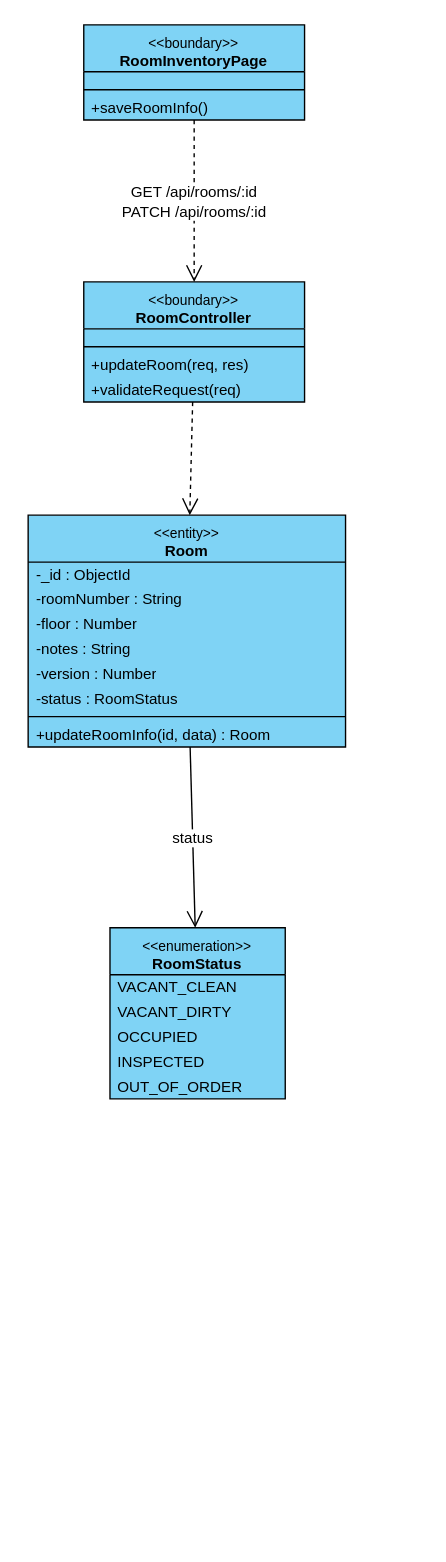
Above: final/diagrams/M1_Inventory-And-Pricing_Diagrams/class_diagrams/CD-01_UC-M09_UpdateRoomInfo.drawio in toikobi401/SWD392 (draw.io), before the change. Source tidied: cells renumbered, new cells numbered last; positions are measured from the earlier drawing's top-left corner, leaving out a move shared by most shapes. Both pictures are drawn from the tidied source at 138%, with x=0, y=0 at pixel (28, 23).
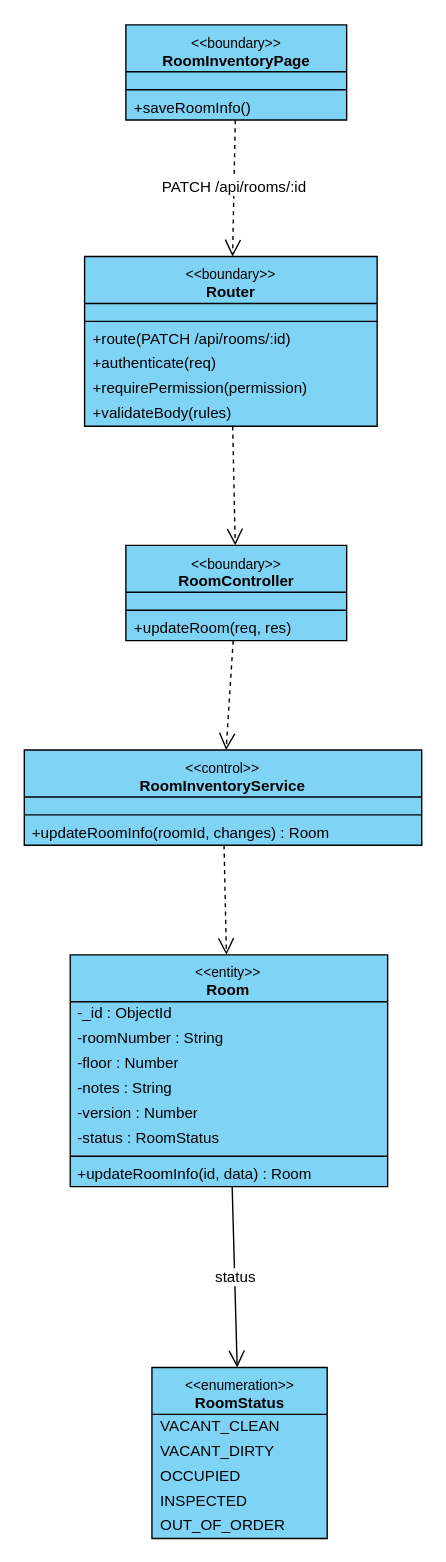
The same page after the edit.

Diff of the diagram source:
```diff
@@
     <mxCell id="2" value="&lt;font style=&quot;font-size:10px&quot;&gt;&amp;lt;&amp;lt;boundary&amp;gt;&amp;gt;&lt;/font&gt;&lt;br&gt;&lt;b&gt;RoomInventoryPage&lt;/b&gt;" style="swimlane;fontStyle=0;align=center;verticalAlign=top;horizontal=1;startSize=34;html=1;whiteSpace=wrap;fontSize=11;fillColor=#7fd3f5;swimlaneFillColor=#7fd3f5;strokeColor=#000000;" parent="1" vertex="1">
-      <mxGeometry x="40.2" y="0.5" width="160" height="69" as="geometry" />
+      <mxGeometry x="70.7" y="0.5" width="160" height="69" as="geometry" />
     </mxCell>
@@
+    <mxCell id="29" value="&lt;font style=&quot;font-size:10px&quot;&gt;&amp;lt;&amp;lt;boundary&amp;gt;&amp;gt;&lt;/font&gt;&lt;br&gt;&lt;b&gt;Router&lt;/b&gt;" style="swimlane;fontStyle=0;align=center;verticalAlign=top;horizontal=1;startSize=34;html=1;whiteSpace=wrap;fontSize=11;fillColor=#7fd3f5;swimlaneFillColor=#7fd3f5;strokeColor=#000000;" parent="1" vertex="1">
+      <mxGeometry x="40.8" y="168.4" width="212" height="123" as="geometry" />
+    </mxCell>
+    <mxCell id="30" style="text;strokeColor=none;fillColor=none;html=1;" parent="29" vertex="1">
+      <mxGeometry y="34" width="212" height="9" as="geometry" />
+    </mxCell>
+    <mxCell id="31" style="line;strokeWidth=1;fillColor=none;align=left;verticalAlign=middle;spacingTop=-1;spacingLeft=3;spacingRight=3;labelPosition=right;strokeColor=#000000;" parent="29" vertex="1">
+      <mxGeometry y="43" width="212" height="8" as="geometry" />
+    </mxCell>
+    <mxCell id="32" value="+route(PATCH /api/rooms/:id)" style="text;strokeColor=none;fillColor=none;align=left;verticalAlign=middle;spacingLeft=4;spacingRight=4;overflow=hidden;whiteSpace=nowrap;html=1;fontSize=11;" parent="29" vertex="1">
+      <mxGeometry y="51" width="212" height="18" as="geometry" />
+    </mxCell>
+    <mxCell id="33" value="+authenticate(req)" style="text;strokeColor=none;fillColor=none;align=left;verticalAlign=middle;spacingLeft=4;spacingRight=4;overflow=hidden;whiteSpace=nowrap;html=1;fontSize=11;" parent="29" vertex="1">
+      <mxGeometry y="69" width="212" height="18" as="geometry" />
+    </mxCell>
+    <mxCell id="34" value="+requirePermission(permission)" style="text;strokeColor=none;fillColor=none;align=left;verticalAlign=middle;spacingLeft=4;spacingRight=4;overflow=hidden;whiteSpace=nowrap;html=1;fontSize=11;" parent="29" vertex="1">
+      <mxGeometry y="87" width="212" height="18" as="geometry" />
+    </mxCell>
+    <mxCell id="35" value="+validateBody(rules)" style="text;strokeColor=none;fillColor=none;align=left;verticalAlign=middle;spacingLeft=4;spacingRight=4;overflow=hidden;whiteSpace=nowrap;html=1;fontSize=11;" parent="29" vertex="1">
+      <mxGeometry y="105" width="212" height="18" as="geometry" />
+    </mxCell>
     <mxCell id="6" value="&lt;font style=&quot;font-size:10px&quot;&gt;&amp;lt;&amp;lt;boundary&amp;gt;&amp;gt;&lt;/font&gt;&lt;br&gt;&lt;b&gt;RoomController&lt;/b&gt;" style="swimlane;fontStyle=0;align=center;verticalAlign=top;horizontal=1;startSize=34;html=1;whiteSpace=wrap;fontSize=11;fillColor=#7fd3f5;swimlaneFillColor=#7fd3f5;strokeColor=#000000;" parent="1" vertex="1">
-      <mxGeometry x="40.2" y="186.8" width="160" height="87" as="geometry" />
+      <mxGeometry x="70.7" y="377.7" width="160" height="69" as="geometry" />
     </mxCell>
@@
-    <mxCell id="10" value="+validateRequest(req)" style="text;strokeColor=none;fillColor=none;align=left;verticalAlign=middle;spacingLeft=4;spacingRight=4;overflow=hidden;whiteSpace=nowrap;html=1;fontSize=11;" parent="6" vertex="1">
-      <mxGeometry y="69" width="160" height="18" as="geometry" />
-    </mxCell>
+    <mxCell id="36" value="&lt;font style=&quot;font-size:10px&quot;&gt;&amp;lt;&amp;lt;control&amp;gt;&amp;gt;&lt;/font&gt;&lt;br&gt;&lt;b&gt;RoomInventoryService&lt;/b&gt;" style="swimlane;fontStyle=0;align=center;verticalAlign=top;horizontal=1;startSize=34;html=1;whiteSpace=wrap;fontSize=11;fillColor=#7fd3f5;swimlaneFillColor=#7fd3f5;strokeColor=#000000;" parent="1" vertex="1">
+      <mxGeometry x="-2.9" y="526" width="288" height="69" as="geometry" />
+    </mxCell>
+    <mxCell id="37" style="text;strokeColor=none;fillColor=none;html=1;" parent="36" vertex="1">
+      <mxGeometry y="34" width="288" height="9" as="geometry" />
+    </mxCell>
+    <mxCell id="38" style="line;strokeWidth=1;fillColor=none;align=left;verticalAlign=middle;spacingTop=-1;spacingLeft=3;spacingRight=3;labelPosition=right;strokeColor=#000000;" parent="36" vertex="1">
+      <mxGeometry y="43" width="288" height="8" as="geometry" />
+    </mxCell>
+    <mxCell id="39" value="+updateRoomInfo(roomId, changes) : Room" style="text;strokeColor=none;fillColor=none;align=left;verticalAlign=middle;spacingLeft=4;spacingRight=4;overflow=hidden;whiteSpace=nowrap;html=1;fontSize=11;" parent="36" vertex="1">
+      <mxGeometry y="51" width="288" height="18" as="geometry" />
+    </mxCell>
     <mxCell id="11" value="&lt;font style=&quot;font-size:10px&quot;&gt;&amp;lt;&amp;lt;entity&amp;gt;&amp;gt;&lt;/font&gt;&lt;br&gt;&lt;b&gt;Room&lt;/b&gt;" style="swimlane;fontStyle=0;align=center;verticalAlign=top;horizontal=1;startSize=34;html=1;whiteSpace=wrap;fontSize=11;fillColor=#7fd3f5;swimlaneFillColor=#7fd3f5;strokeColor=#000000;" parent="1" vertex="1">
-      <mxGeometry x="-0.1" y="355.8" width="230" height="168" as="geometry" />
+      <mxGeometry x="30.4" y="674.4" width="230" height="168" as="geometry" />
     </mxCell>
@@
     <mxCell id="20" value="&lt;font style=&quot;font-size:10px&quot;&gt;&amp;lt;&amp;lt;enumeration&amp;gt;&amp;gt;&lt;/font&gt;&lt;br&gt;&lt;b&gt;RoomStatus&lt;/b&gt;" style="swimlane;fontStyle=0;align=center;verticalAlign=top;horizontal=1;startSize=34;html=1;whiteSpace=wrap;fontSize=11;fillColor=#7fd3f5;swimlaneFillColor=#7fd3f5;strokeColor=#000000;" parent="1" vertex="1">
-      <mxGeometry x="59.2" y="654.8" width="127" height="124" as="geometry" />
+      <mxGeometry x="89.6" y="973.4" width="127" height="124" as="geometry" />
     </mxCell>
@@
-    <mxCell id="26" value="GET /api/rooms/:id&lt;br&gt;PATCH /api/rooms/:id" style="html=1;rounded=0;fontSize=11;labelBackgroundColor=#ffffff;dashed=1;endArrow=open;endSize=10;" parent="1" edge="1" source="2" target="6">
+    <mxCell id="26" value="PATCH /api/rooms/:id" style="html=1;rounded=0;fontSize=11;labelBackgroundColor=#ffffff;dashed=1;endArrow=open;endSize=10;" parent="1" edge="1" source="2" target="29">
       <mxGeometry relative="1" as="geometry" />
     </mxCell>
-    <mxCell id="27" style="html=1;rounded=0;fontSize=11;labelBackgroundColor=#ffffff;dashed=1;endArrow=open;endSize=10;" parent="1" edge="1" source="6" target="11">
+    <mxCell id="27" style="html=1;rounded=0;fontSize=11;labelBackgroundColor=#ffffff;dashed=1;endArrow=open;endSize=10;" parent="1" edge="1" source="29" target="6">
       <mxGeometry relative="1" as="geometry" />
     </mxCell>
-    <mxCell id="28" value="status" style="html=1;rounded=0;fontSize=11;labelBackgroundColor=#ffffff;endArrow=open;endSize=10;" parent="1" edge="1" source="11" target="20">
+    <mxCell id="28" style="html=1;rounded=0;fontSize=11;labelBackgroundColor=#ffffff;dashed=1;endArrow=open;endSize=10;" parent="1" edge="1" source="6" target="36">
       <mxGeometry relative="1" as="geometry" />
     </mxCell>
+    <mxCell id="40" style="html=1;rounded=0;fontSize=11;labelBackgroundColor=#ffffff;dashed=1;endArrow=open;endSize=10;" parent="1" edge="1" source="36" target="11">
+      <mxGeometry relative="1" as="geometry" />
+    </mxCell>
+    <mxCell id="41" value="status" style="html=1;rounded=0;fontSize=11;labelBackgroundColor=#ffffff;endArrow=open;endSize=10;" parent="1" edge="1" source="11" target="20">
+      <mxGeometry relative="1" as="geometry" />
+    </mxCell>
```
